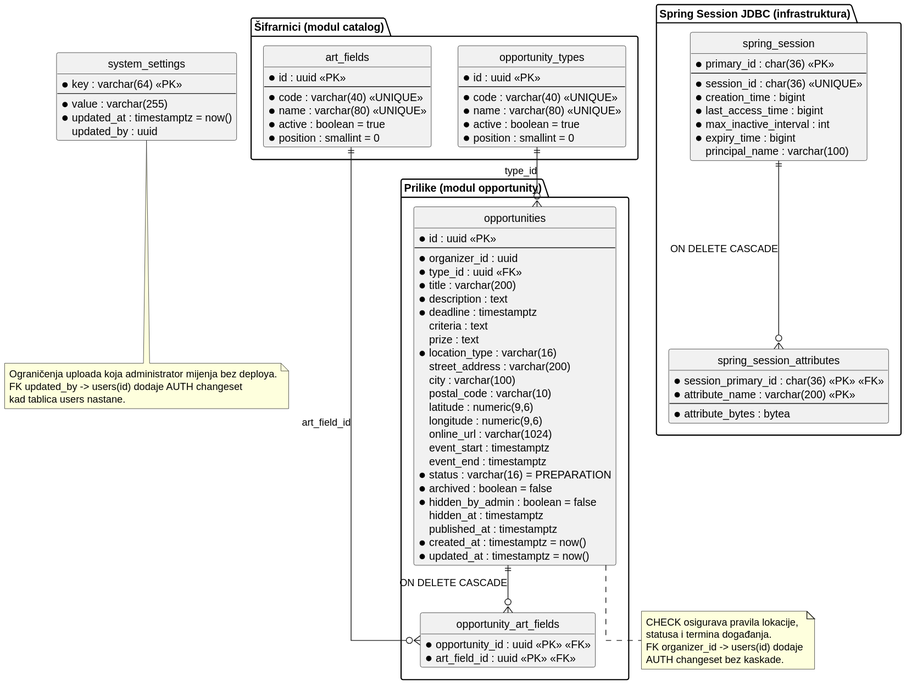
This is docs/assets/diagrams/4-2-artconnect-data-ERD.svg from LD05-fk/Strumfovi, a PlantUML export, as it was before one commit. The source it was exported from:
```plantuml
@startuml
hide circle
hide methods
skinparam linetype ortho

package "Šifrarnici (modul catalog)" {
  entity "art_fields" as art_fields {
    * id : uuid <<PK>>
    --
    * code : varchar(40) <<UNIQUE>>
    * name : varchar(80) <<UNIQUE>>
    * active : boolean = true
    * position : smallint = 0
  }

  entity "opportunity_types" as opportunity_types {
    * id : uuid <<PK>>
    --
    * code : varchar(40) <<UNIQUE>>
    * name : varchar(80) <<UNIQUE>>
    * active : boolean = true
    * position : smallint = 0
  }
}

entity "system_settings" as system_settings {
  * key : varchar(64) <<PK>>
  --
  * value : varchar(255)
  * updated_at : timestamptz = now()
  updated_by : uuid
}

package "Spring Session JDBC (infrastruktura)" {
  entity "spring_session" as spring_session {
    * primary_id : char(36) <<PK>>
    --
    * session_id : char(36) <<UNIQUE>>
    * creation_time : bigint
    * last_access_time : bigint
    * max_inactive_interval : int
    * expiry_time : bigint
    principal_name : varchar(100)
  }

  entity "spring_session_attributes" as spring_session_attributes {
    * session_primary_id : char(36) <<PK>> <<FK>>
    * attribute_name : varchar(200) <<PK>>
    --
    * attribute_bytes : bytea
  }
}

package "Prilike (modul opportunity)" {
  entity "opportunities" as opportunities {
    * id : uuid <<PK>>
    --
    * organizer_id : uuid
    * type_id : uuid <<FK>>
    * title : varchar(200)
    * description : text
    * deadline : timestamptz
    criteria : text
    prize : text
    * location_type : varchar(16)
    street_address : varchar(200)
    city : varchar(100)
    postal_code : varchar(10)
    latitude : numeric(9,6)
    longitude : numeric(9,6)
    online_url : varchar(1024)
    event_start : timestamptz
    event_end : timestamptz
    * status : varchar(16) = PREPARATION
    * archived : boolean = false
    * hidden_by_admin : boolean = false
    hidden_at : timestamptz
    published_at : timestamptz
    * created_at : timestamptz = now()
    * updated_at : timestamptz = now()
  }

  entity "opportunity_art_fields" as opportunity_art_fields {
    * opportunity_id : uuid <<PK>> <<FK>>
    * art_field_id : uuid <<PK>> <<FK>>
  }
}

opportunity_types ||--o{ opportunities : type_id
opportunities ||--o{ opportunity_art_fields : "ON DELETE CASCADE"
art_fields ||--o{ opportunity_art_fields : art_field_id
spring_session ||--o{ spring_session_attributes : "ON DELETE CASCADE"

note bottom of system_settings
  Ograničenja uploada koja administrator mijenja bez deploya.
  FK updated_by -> users(id) dodaje AUTH changeset
  kad tablica users nastane.
end note

note bottom of opportunities
  CHECK osigurava pravila lokacije,
  statusa i termina događanja.
  FK organizer_id -> users(id) dodaje
  AUTH changeset bez kaskade.
end note
@enduml
```
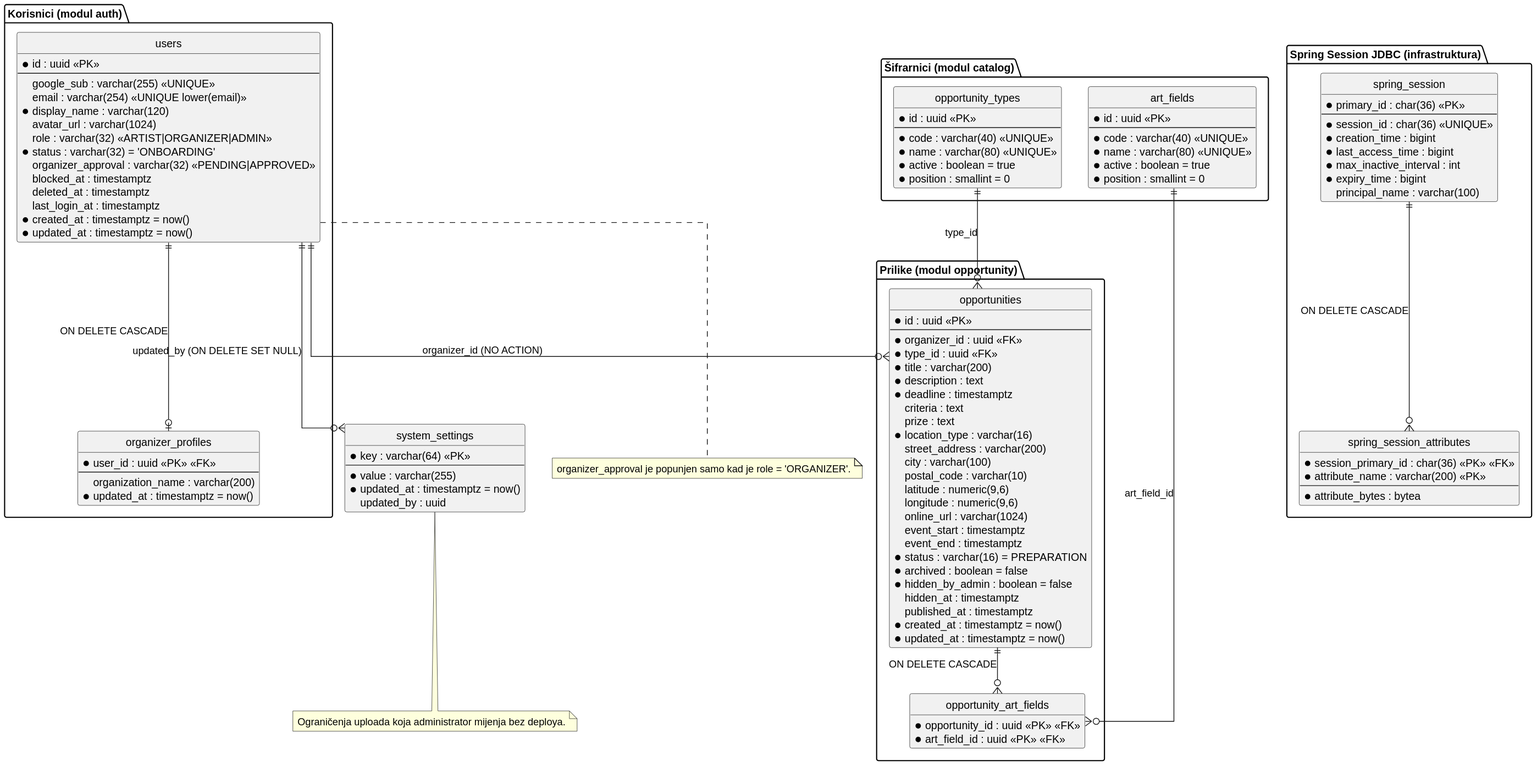
Above is the later version.

Diff of the diagram source:
```diff
@@ -22,6 +22,38 @@
     * position : smallint = 0
   }
 }
+
+package "Korisnici (modul auth)" {
+  entity "users" as users {
+    * id : uuid <<PK>>
+    --
+    google_sub : varchar(255) <<UNIQUE>>
+    email : varchar(254) <<UNIQUE lower(email)>>
+    * display_name : varchar(120)
+    avatar_url : varchar(1024)
+    role : varchar(32) <<ARTIST|ORGANIZER|ADMIN>>
+    * status : varchar(32) = 'ONBOARDING'
+    organizer_approval : varchar(32) <<PENDING|APPROVED>>
+    blocked_at : timestamptz
+    deleted_at : timestamptz
+    last_login_at : timestamptz
+    * created_at : timestamptz = now()
+    * updated_at : timestamptz = now()
+  }
+
+  entity "organizer_profiles" as organizer_profiles {
+    * user_id : uuid <<PK>> <<FK>>
+    --
+    organization_name : varchar(200)
+    * updated_at : timestamptz = now()
+  }
+}
+
+users ||--o| organizer_profiles : "ON DELETE CASCADE"
+
+note bottom of users
+  organizer_approval je popunjen samo kad je role = 'ORGANIZER'.
+end note
 
 entity "system_settings" as system_settings {
   * key : varchar(64) <<PK>>
@@ -55,7 +87,7 @@
   entity "opportunities" as opportunities {
     * id : uuid <<PK>>
     --
-    * organizer_id : uuid
+    * organizer_id : uuid <<FK>>
     * type_id : uuid <<FK>>
     * title : varchar(200)
     * description : text
@@ -91,16 +123,10 @@
 art_fields ||--o{ opportunity_art_fields : art_field_id
 spring_session ||--o{ spring_session_attributes : "ON DELETE CASCADE"
 
+users ||--o{ system_settings : "updated_by (ON DELETE SET NULL)"
+users ||--o{ opportunities : "organizer_id (NO ACTION)"
+
 note bottom of system_settings
   Ograničenja uploada koja administrator mijenja bez deploya.
-  FK updated_by -> users(id) dodaje AUTH changeset
-  kad tablica users nastane.
-end note
-
-note bottom of opportunities
-  CHECK osigurava pravila lokacije,
-  statusa i termina događanja.
-  FK organizer_id -> users(id) dodaje
-  AUTH changeset bez kaskade.
 end note
 @enduml
```
